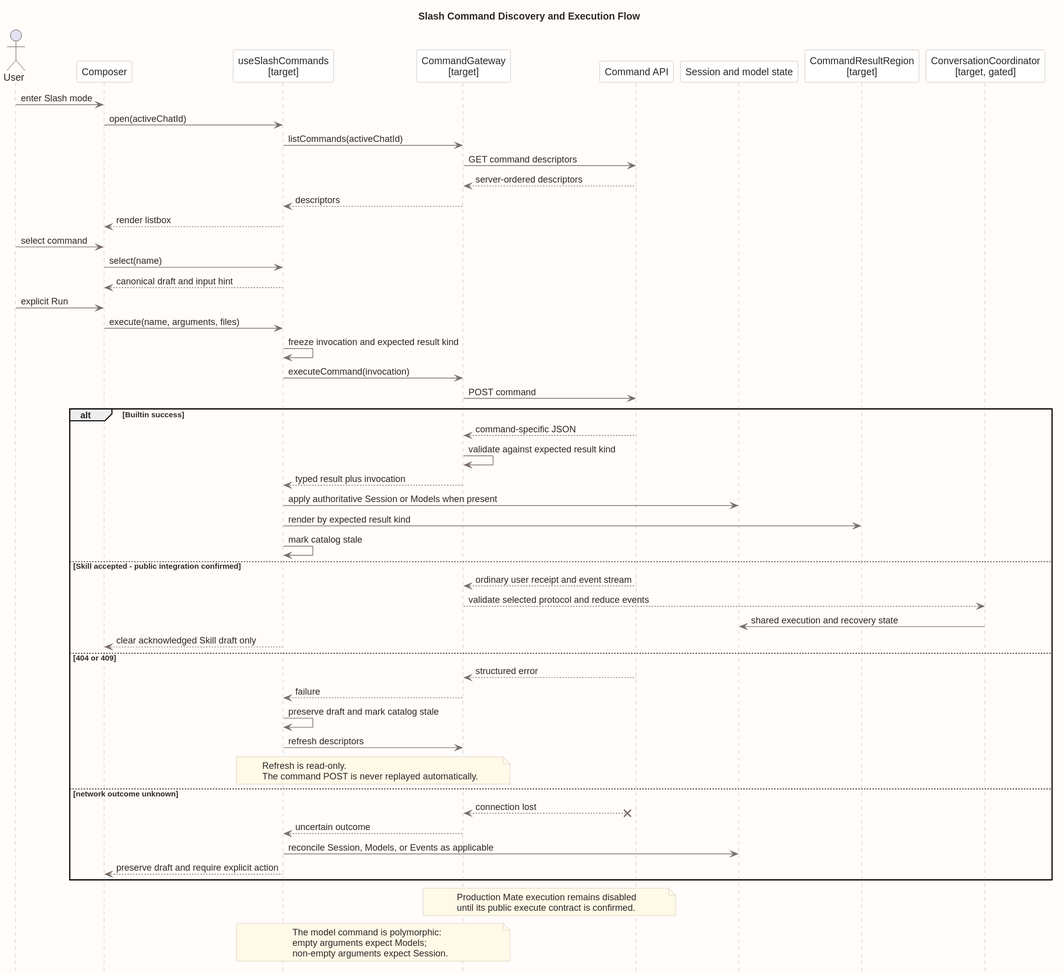
The PlantUML diagram 04-命令与技能/00-Slash-Command通用模块/前端设计/slash_command_execution_flow.svg in ssm0808/pi-mono-java-design, before a commit.
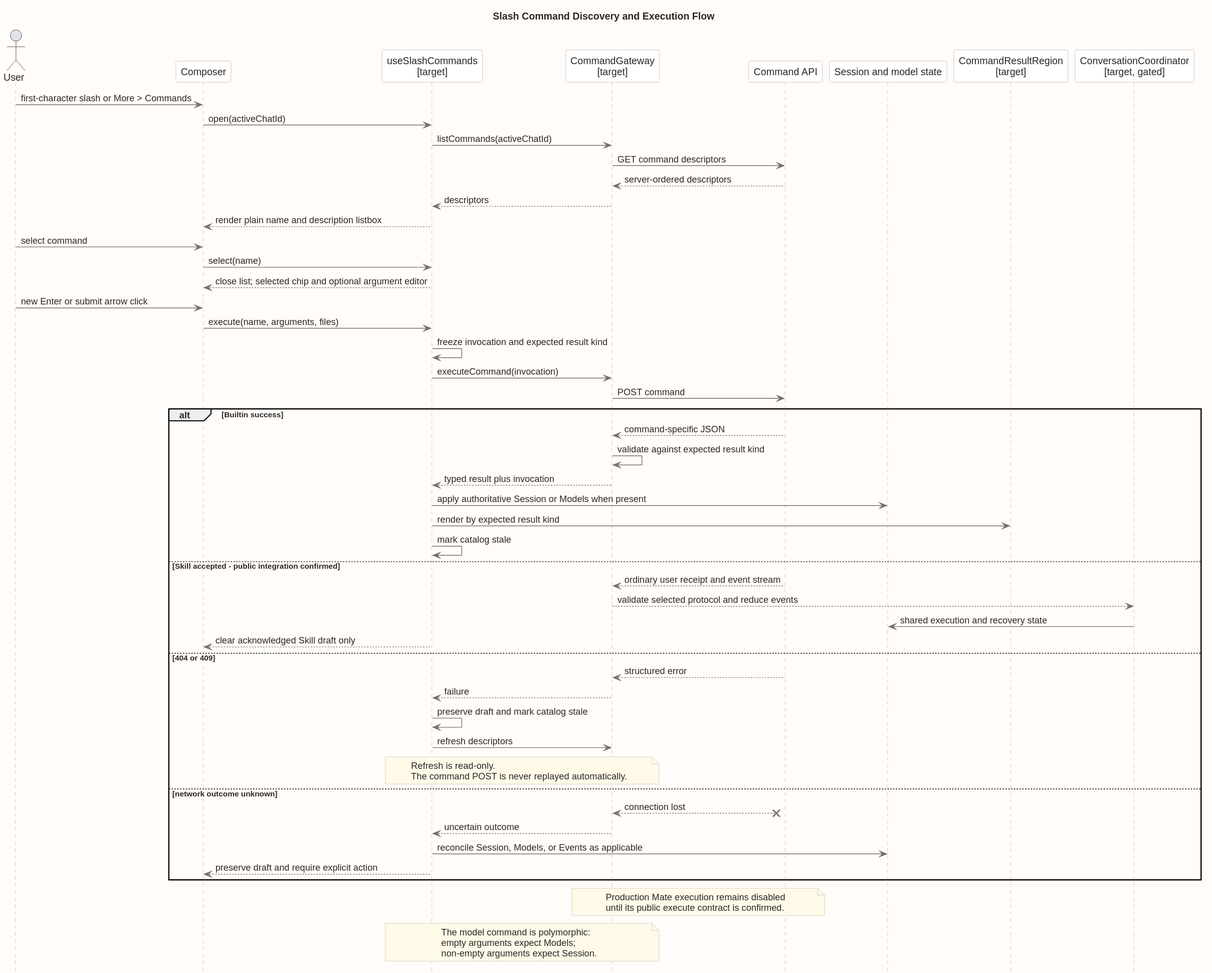
The same diagram one commit later.

Change to the diagram source:
```diff
@@ -24,18 +24,18 @@
 participant "CommandResultRegion\n[target]" as Result
 participant "ConversationCoordinator\n[target, gated]" as Conversation
 
-User -> Composer : enter Slash mode
+User -> Composer : first-character slash or More > Commands
 Composer -> Slash : open(activeChatId)
 Slash -> Gateway : listCommands(activeChatId)
 Gateway -> Api : GET command descriptors
 Api --> Gateway : server-ordered descriptors
 Gateway --> Slash : descriptors
-Slash --> Composer : render listbox
+Slash --> Composer : render plain name and description listbox
 
 User -> Composer : select command
 Composer -> Slash : select(name)
-Slash --> Composer : canonical draft and input hint
-User -> Composer : explicit Run
+Slash --> Composer : close list; selected chip and optional argument editor
+User -> Composer : new Enter or submit arrow click
 Composer -> Slash : execute(name, arguments, files)
 Slash -> Slash : freeze invocation and expected result kind
 Slash -> Gateway : executeCommand(invocation)
```
